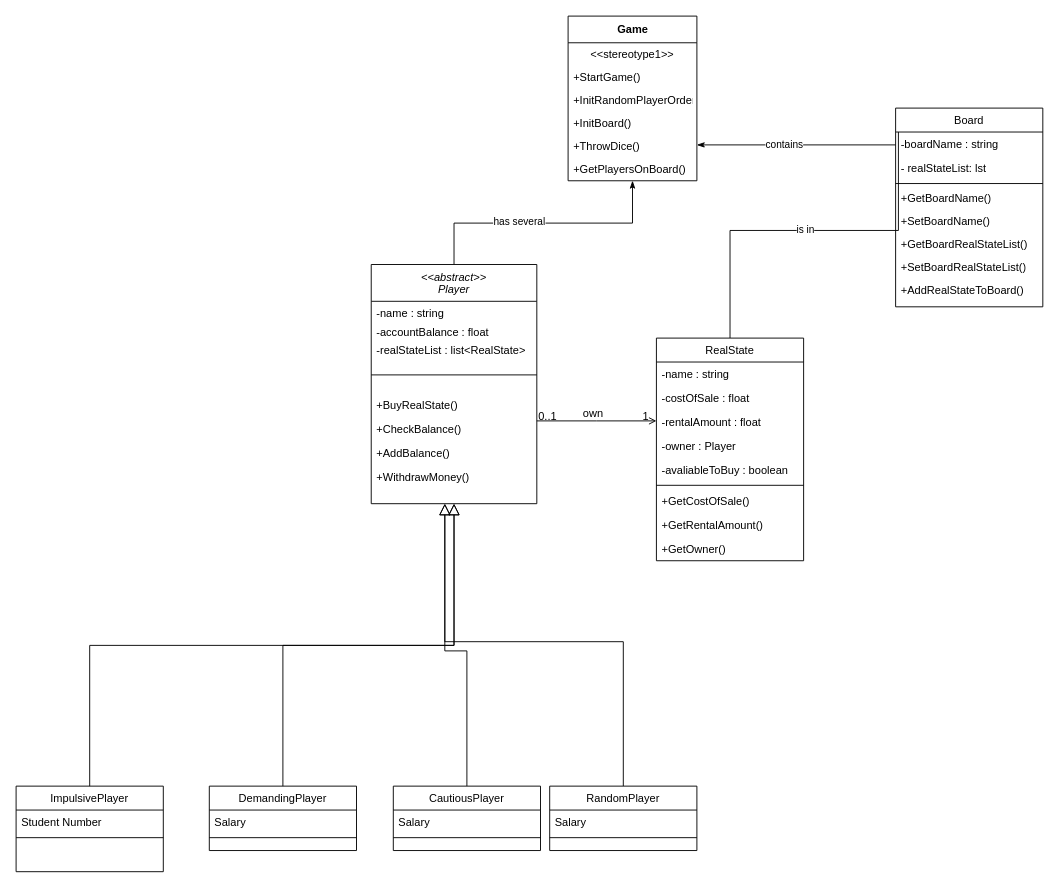
Before: ClassDiagram.drawio in abelgonzalez/Monopoly, a draw.io diagram. Source tidied: cells renumbered, new cells numbered last; positions are measured from the earlier drawing's top-left corner, leaving out a move shared by most shapes. Both pictures are drawn from the tidied source at 92%, with x=0, y=0 at pixel (16, 16).
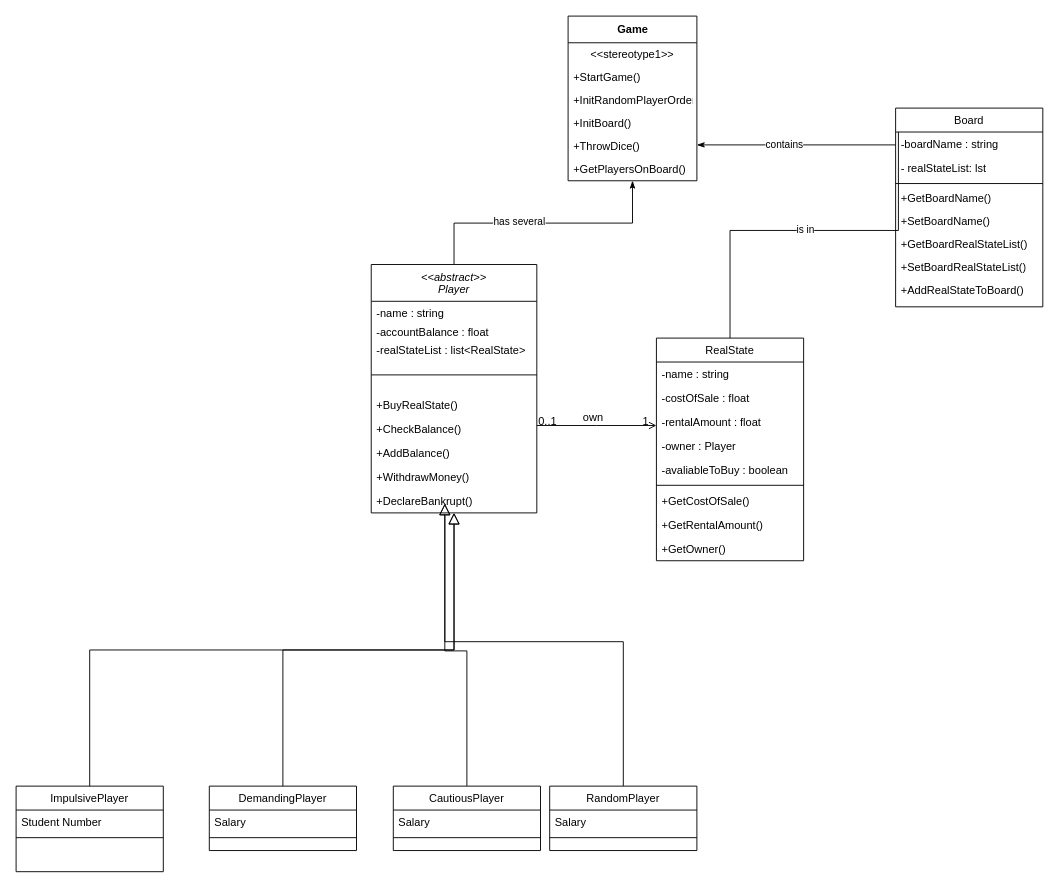
Above is the later version.

Diff of the diagram source:
```diff
@@
     <mxCell id="4" value="&lt;&lt;abstract&gt;&gt;&#10;Player" style="swimlane;fontStyle=2;align=center;verticalAlign=top;horizontal=1;startSize=40;rounded=0;shadow=0;strokeWidth=1;" parent="1" vertex="1">
-      <mxGeometry x="386" y="270" width="180" height="260" as="geometry" />
+      <mxGeometry x="386" y="270" width="180" height="270" as="geometry" />
     </mxCell>
@@
+    <mxCell id="63" value="+DeclareBankrupt()" style="text;align=left;verticalAlign=top;spacingLeft=4;spacingRight=4;overflow=hidden;" parent="4" vertex="1">
+      <mxGeometry y="244" width="180" height="26" as="geometry" />
+    </mxCell>
```
